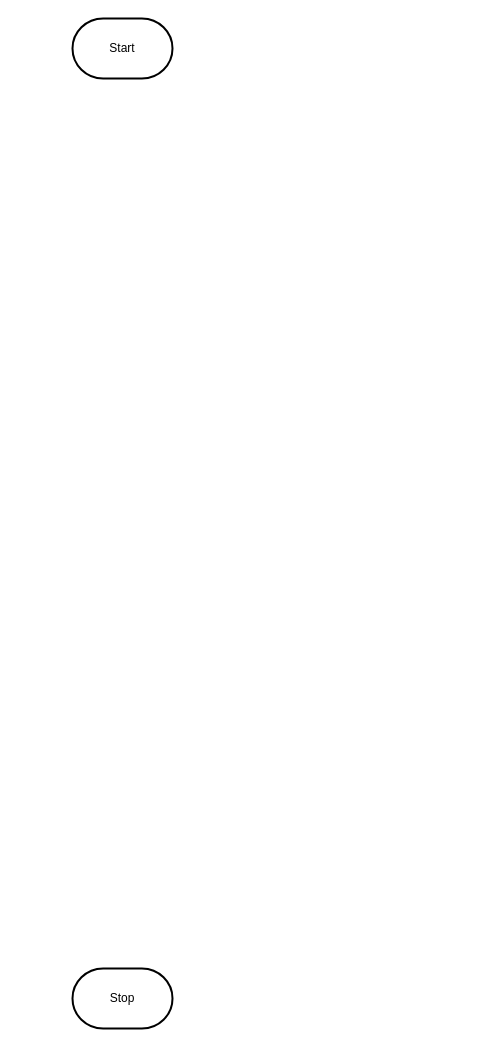
MTHS-ICD2O-1-2024/ICD2O-Final-Project-lynn.lukose keeps this draw.io diagram as design/matchflowchart.drawio. Above is the earlier version. Source tidied: cells renumbered, new cells numbered last; positions are measured from the earlier drawing's top-left corner, leaving out a move shared by most shapes. Both pictures are drawn from the tidied source at 100%, with x=0, y=0 at pixel (72, 18).
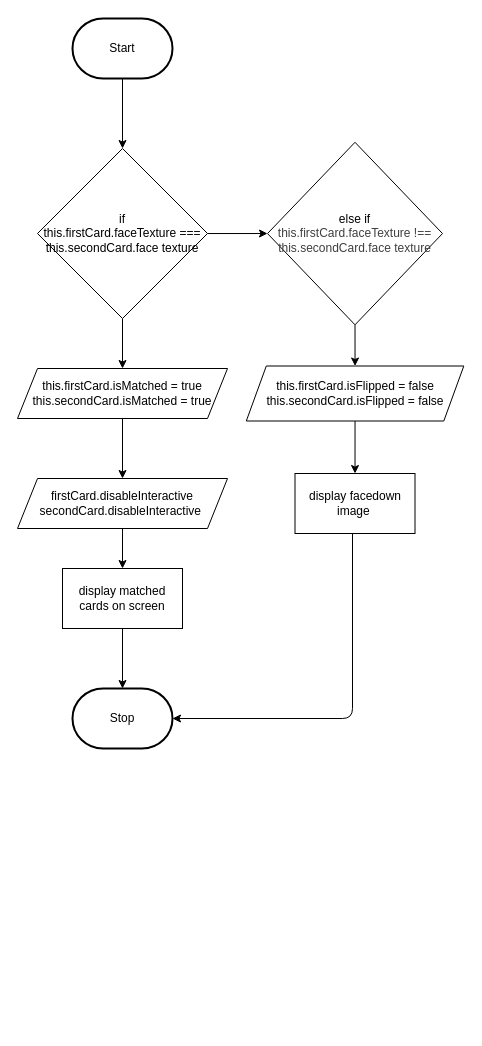
The same diagram, later.

Commit message (it also covers changes not shown here):
added second flowchart!

Unchanged cells that the change refers to:
```xml
<mxCell id="2" value="Start" style="strokeWidth=2;html=1;shape=mxgraph.flowchart.terminator;whiteSpace=wrap;" parent="1" vertex="1">
  <mxGeometry width="100" height="60" as="geometry" />
</mxCell>
```

Change to the diagram source:
```diff
@@
+    <mxCell id="4" style="edgeStyle=none;html=1;" parent="1" edge="1" source="2" target="7">
+      <mxGeometry relative="1" as="geometry" />
+    </mxCell>
@@
     <mxCell id="3" value="Stop" style="strokeWidth=2;html=1;shape=mxgraph.flowchart.terminator;whiteSpace=wrap;" parent="1" vertex="1">
-      <mxGeometry y="950" width="100" height="60" as="geometry" />
+      <mxGeometry y="670" width="100" height="60" as="geometry" />
     </mxCell>
+    <mxCell id="5" style="edgeStyle=none;html=1;" parent="1" edge="1" source="7" target="9">
+      <mxGeometry relative="1" as="geometry" />
+    </mxCell>
+    <mxCell id="6" style="edgeStyle=none;html=1;" parent="1" edge="1" source="7" target="18">
+      <mxGeometry relative="1" as="geometry" />
+    </mxCell>
+    <mxCell id="7" value="if&lt;div&gt;this.firstCard.faceTexture === this.secondCard.face texture&lt;/div&gt;" style="rhombus;whiteSpace=wrap;html=1;" parent="1" vertex="1">
+      <mxGeometry x="-35" y="130" width="170" height="170" as="geometry" />
+    </mxCell>
+    <mxCell id="8" style="edgeStyle=none;html=1;" parent="1" edge="1" source="9" target="13">
+      <mxGeometry relative="1" as="geometry" />
+    </mxCell>
+    <mxCell id="9" value="else&amp;nbsp;&lt;span style=&quot;color: rgb(0, 0, 0);&quot;&gt;if&lt;/span&gt;&lt;div style=&quot;color: rgb(63, 63, 63); scrollbar-color: rgb(226, 226, 226) rgb(251, 251, 251);&quot;&gt;this.firstCard.faceTexture !== this.secondCard.face texture&lt;/div&gt;" style="rhombus;whiteSpace=wrap;html=1;" parent="1" vertex="1">
+      <mxGeometry x="195" y="123.8" width="175" height="182.5" as="geometry" />
+    </mxCell>
+    <mxCell id="10" style="edgeStyle=none;html=1;" parent="1" edge="1" source="11" target="15">
+      <mxGeometry relative="1" as="geometry" />
+    </mxCell>
+    <mxCell id="11" value="firstCard.disableInteractive&lt;div&gt;secondCard.disableInteractive&amp;nbsp;&lt;/div&gt;" style="shape=parallelogram;perimeter=parallelogramPerimeter;whiteSpace=wrap;html=1;fixedSize=1;" parent="1" vertex="1">
+      <mxGeometry x="-55" y="460" width="210" height="50" as="geometry" />
+    </mxCell>
+    <mxCell id="12" style="edgeStyle=none;html=1;" parent="1" edge="1" source="13" target="16">
+      <mxGeometry relative="1" as="geometry" />
+    </mxCell>
+    <mxCell id="13" value="&lt;span style=&quot;color: rgb(0, 0, 0);&quot;&gt;this.firstCard.isFlipped = false&lt;/span&gt;&lt;div&gt;&lt;span style=&quot;color: rgb(0, 0, 0);&quot;&gt;this.secondCard.isFlipped = false&lt;/span&gt;&lt;span style=&quot;color: rgb(0, 0, 0);&quot;&gt;&lt;/span&gt;&lt;/div&gt;" style="shape=parallelogram;perimeter=parallelogramPerimeter;whiteSpace=wrap;html=1;fixedSize=1;" parent="1" vertex="1">
+      <mxGeometry x="173.8" y="347.5" width="217.5" height="55" as="geometry" />
+    </mxCell>
+    <mxCell id="14" style="edgeStyle=none;html=1;" parent="1" edge="1" source="15" target="3">
+      <mxGeometry relative="1" as="geometry" />
+    </mxCell>
+    <mxCell id="15" value="display matched cards on screen" style="rounded=0;whiteSpace=wrap;html=1;" parent="1" vertex="1">
+      <mxGeometry x="-10" y="550" width="120" height="60" as="geometry" />
+    </mxCell>
+    <mxCell id="16" value="display facedown image&amp;nbsp;" style="rounded=0;whiteSpace=wrap;html=1;" parent="1" vertex="1">
+      <mxGeometry x="222.5" y="455" width="120" height="60" as="geometry" />
+    </mxCell>
+    <mxCell id="17" style="edgeStyle=none;html=1;" parent="1" edge="1" source="18" target="11">
+      <mxGeometry relative="1" as="geometry" />
+    </mxCell>
+    <mxCell id="18" value="this.firstCard.isMatched = true&lt;div&gt;this.secondCard.isMatched = true&lt;/div&gt;" style="shape=parallelogram;perimeter=parallelogramPerimeter;whiteSpace=wrap;html=1;fixedSize=1;" parent="1" vertex="1">
+      <mxGeometry x="-55" y="350" width="210" height="50" as="geometry" />
+    </mxCell>
+    <mxCell id="19" style="endArrow=classic;html=1;entryX=1;entryY=0.5;entryDx=0;entryDy=0;entryPerimeter=0;" parent="1" edge="1" target="3">
+      <mxGeometry relative="1" as="geometry">
+        <mxPoint x="280" y="515" as="sourcePoint" />
+        <Array as="points">
+          <mxPoint x="280" y="700" />
+        </Array>
+      </mxGeometry>
+    </mxCell>
```
